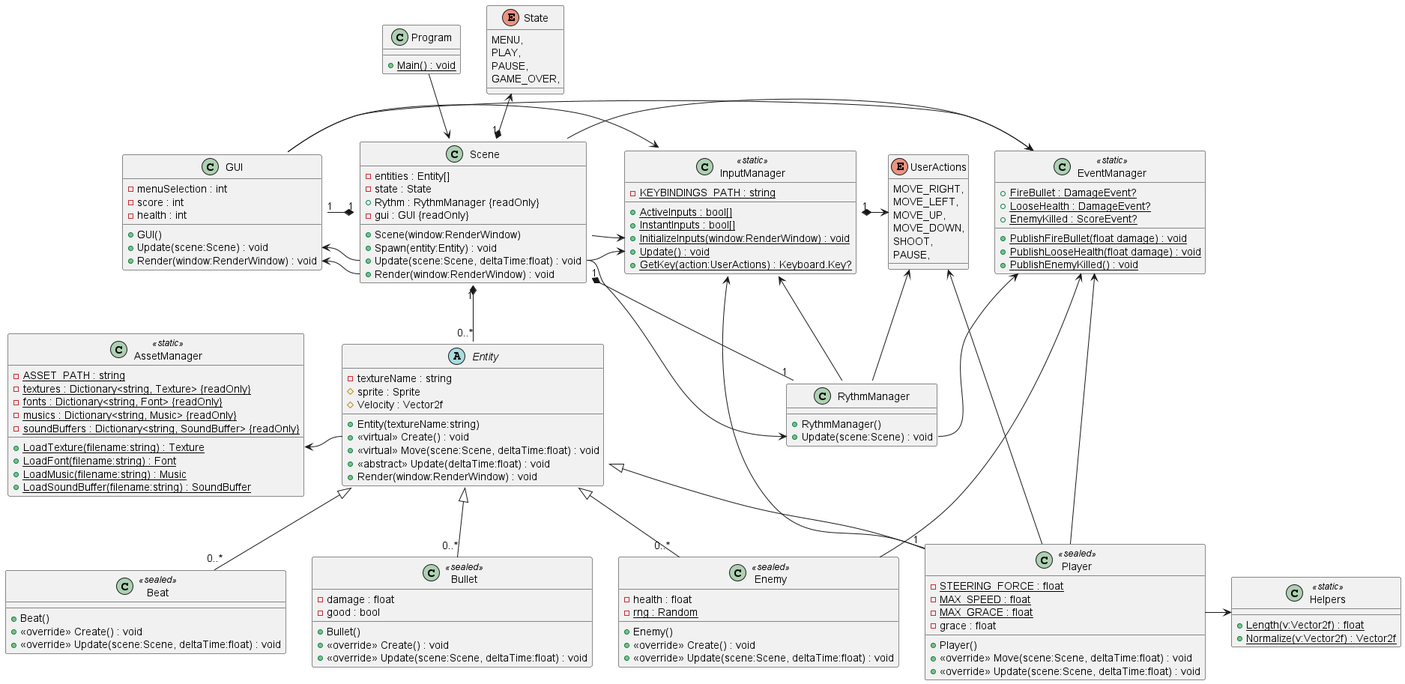
Above: out/plantuml/include/include.png in Ruby1405/PaceInvaders (PlantUML), before the change. Its diagram source:
```plantuml
@startuml
!include .\\AssetManager.puml
!include .\\Beat.puml
!include .\\Bullet.puml
!include .\\Enemy.puml
!include .\\Entity.puml
!include .\\EventManager.puml
!include .\\GUI.puml
!include .\\Helpers.puml
!include .\\InputManager.puml
!include .\\Player.puml
!include .\\Program.puml
!include .\\RythmManager.puml
!include .\\Scene.puml
!include .\\obj\Debug\net8.0\.NETCoreApp,Version=v8.0.AssemblyAttributes.puml
!include .\\obj\Debug\net8.0\PaceInvaders.AssemblyInfo.puml
!include .\\obj\Debug\net8.0\PaceInvaders.GlobalUsings.g.puml
@enduml
```
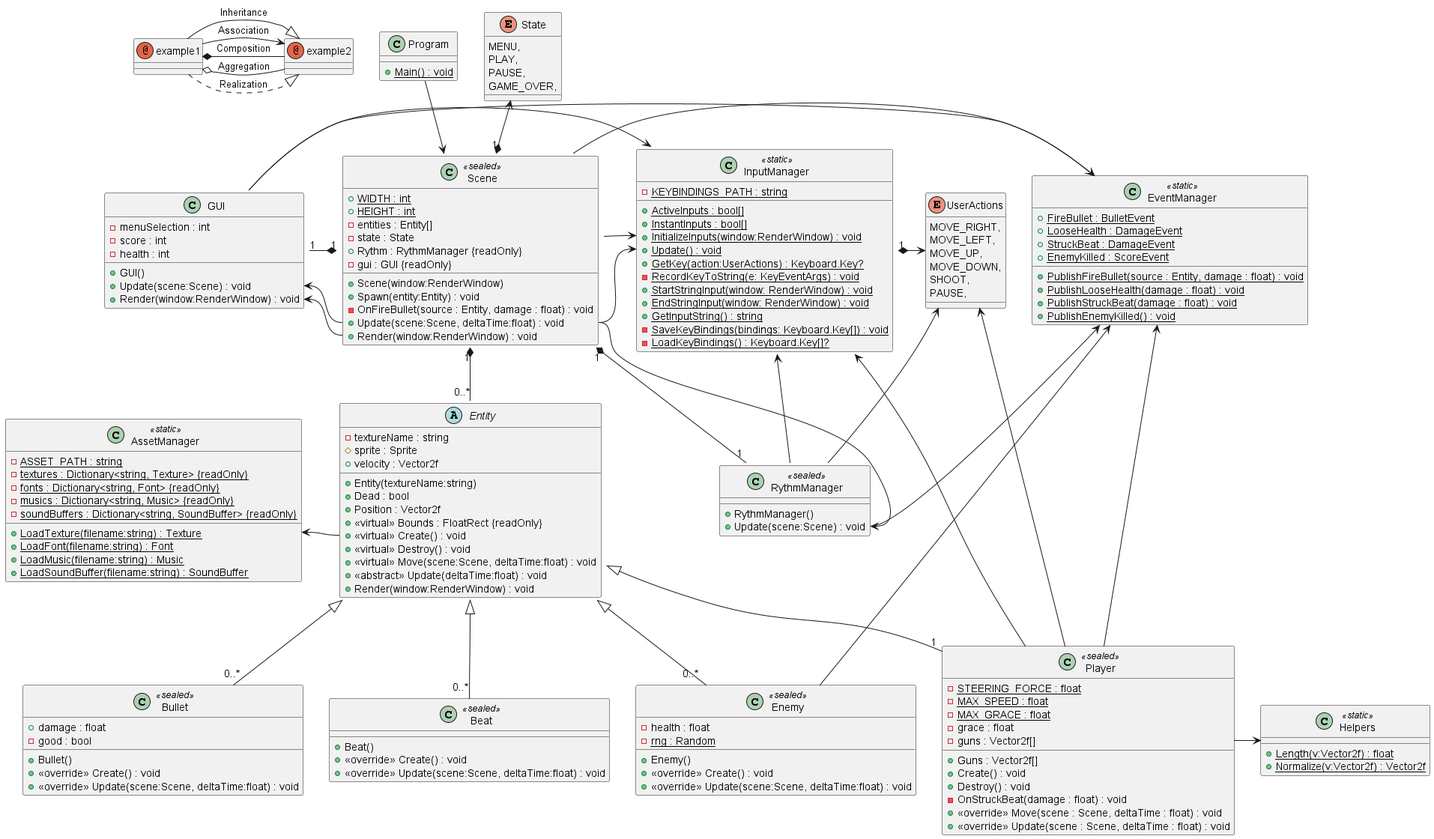
Above is the later version.

Commit message:
Updated class diagram

Diff of the diagram source:
```diff
@@ -1,4 +1,5 @@
 @startuml
+!include .\\Annotations.puml
 !include .\\AssetManager.puml
 !include .\\Beat.puml
 !include .\\Bullet.puml
```
